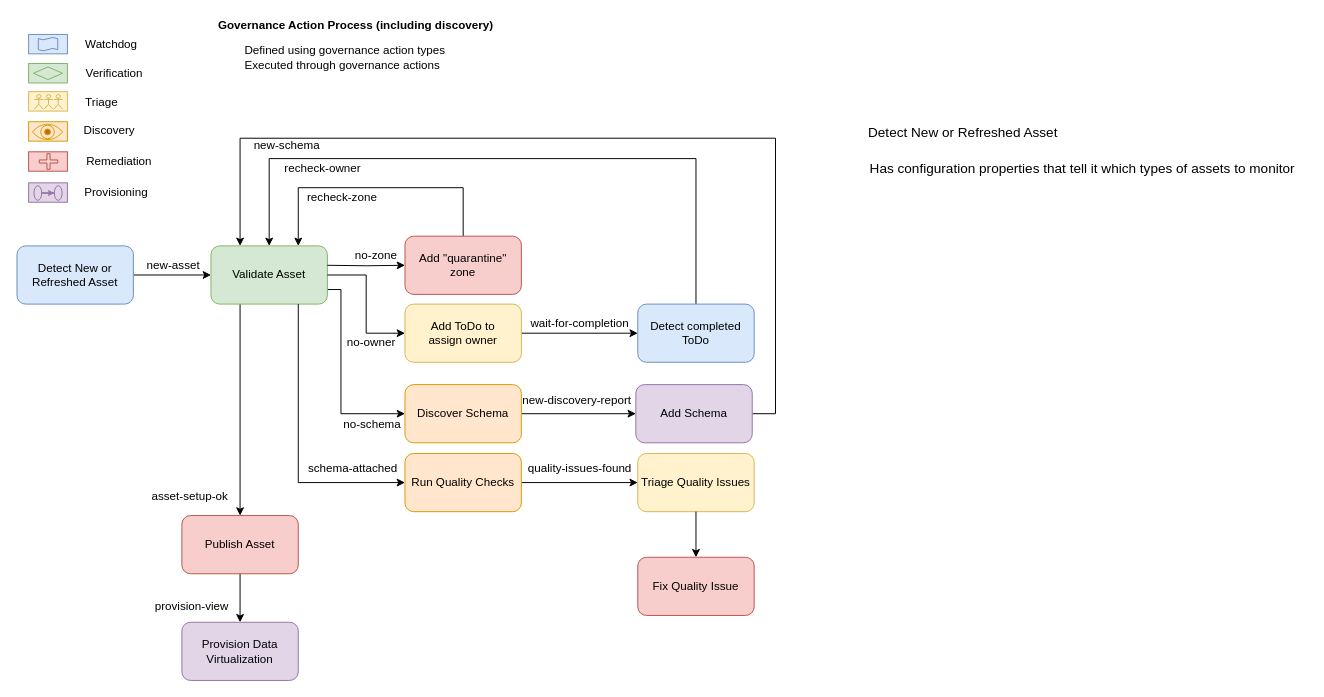
This is page "governance-action-processes" (5 of 6) of open-metadata-implementation/frameworks/governance-action-framework/docs/governance-action-framework.drawio from odpi/egeria, a draw.io file, before an edit. Source tidied: cells renumbered, new cells numbered last; positions are measured from the earlier drawing's top-left corner, leaving out a move shared by most shapes. Both pictures are drawn from the tidied source at 97%, with x=0, y=0 at pixel (16, 16).
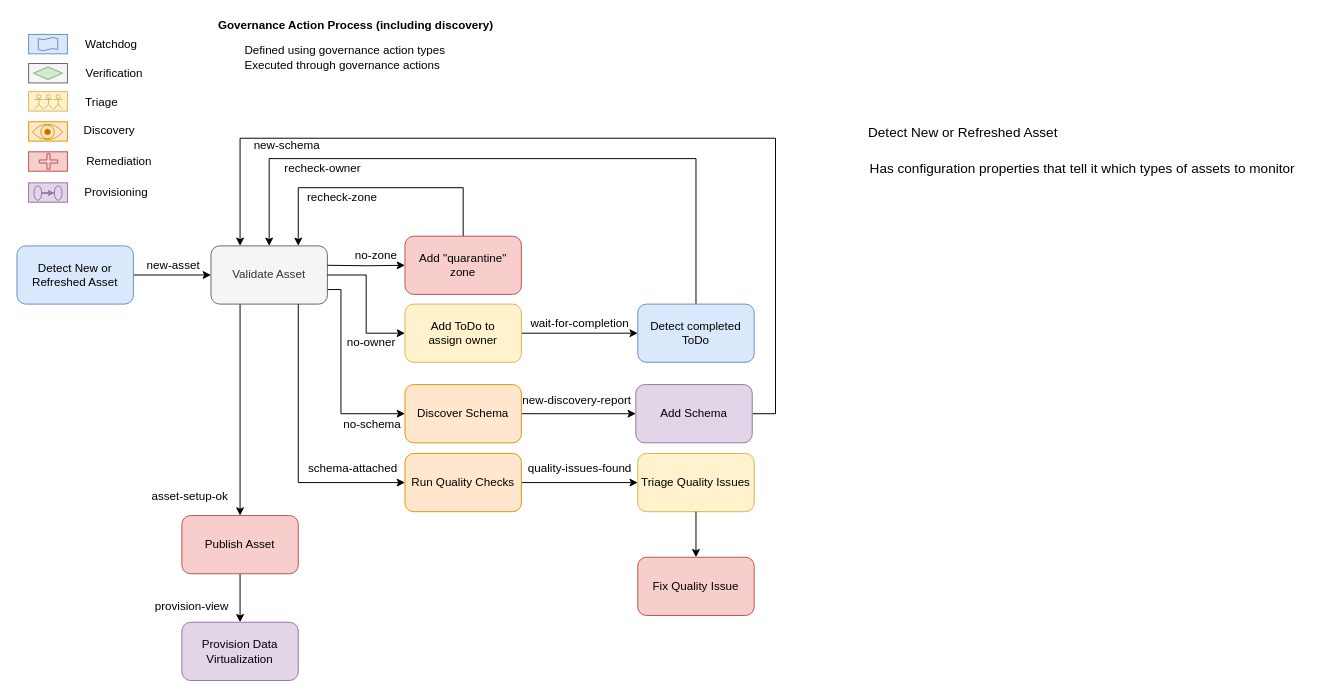
The same diagram, later.

Diff of the diagram source:
```diff
@@
-    <mxCell id="7" value="Validate Asset" style="rounded=1;whiteSpace=wrap;html=1;fillColor=#d5e8d4;strokeColor=#82b366;" parent="1" vertex="1">
+    <mxCell id="7" value="Validate Asset" style="rounded=1;whiteSpace=wrap;html=1;fillColor=#f5f5f5;strokeColor=#666666;fontColor=#333333;" parent="1" vertex="1">
       <mxGeometry x="200" y="236" width="120" height="60" as="geometry" />
     </mxCell>
@@
-    <mxCell id="15" style="rounded=0;whiteSpace=wrap;html=1;fillColor=#d5e8d4;strokeColor=#82b366;" parent="1" vertex="1">
+    <mxCell id="15" style="rounded=0;whiteSpace=wrap;html=1;fillColor=#f5f5f5;strokeColor=#666666;fontColor=#333333;" parent="1" vertex="1">
       <mxGeometry x="12" y="48" width="40" height="20" as="geometry" />
     </mxCell>
```
